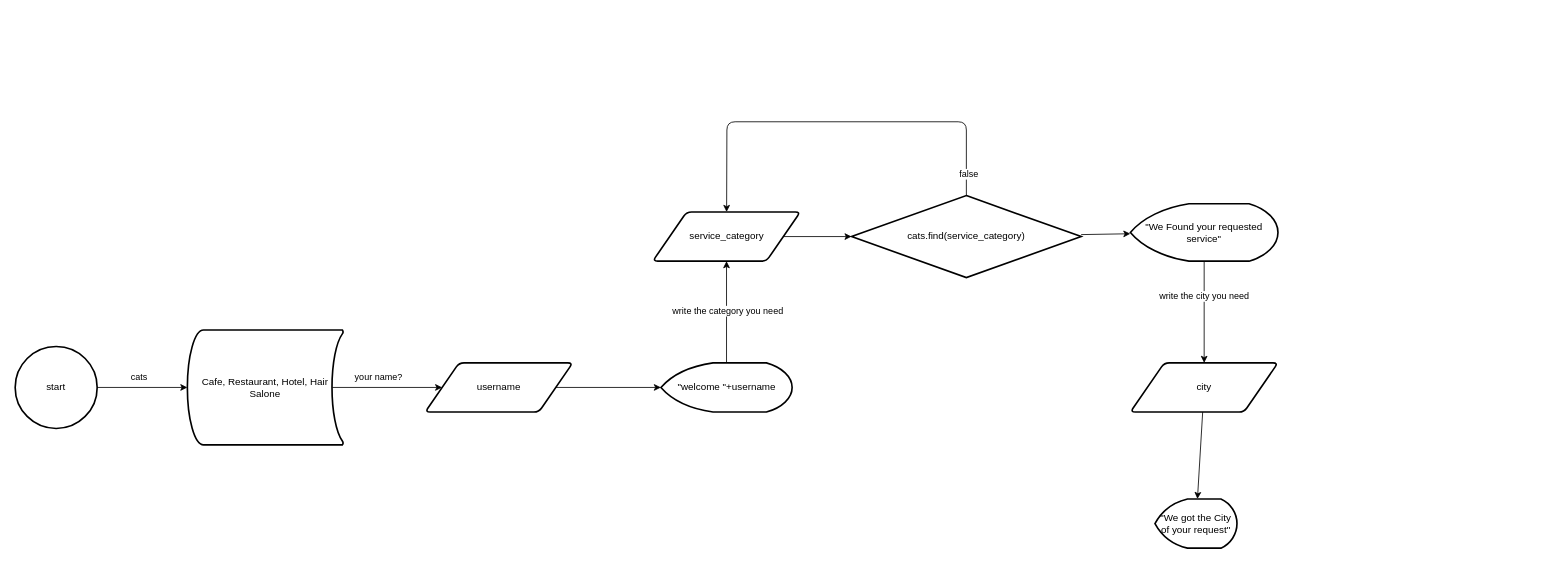
The draw.io diagram demo_flowchart.drawio in Axoncodes/integrate-drawio-flowchart-and-python, before the edit. Source tidied: cells renumbered, new cells numbered last; positions are measured from the earlier drawing's top-left corner, leaving out a move shared by most shapes. Both pictures are drawn from the tidied source at 82%, with x=0, y=0 at pixel (15, 121).
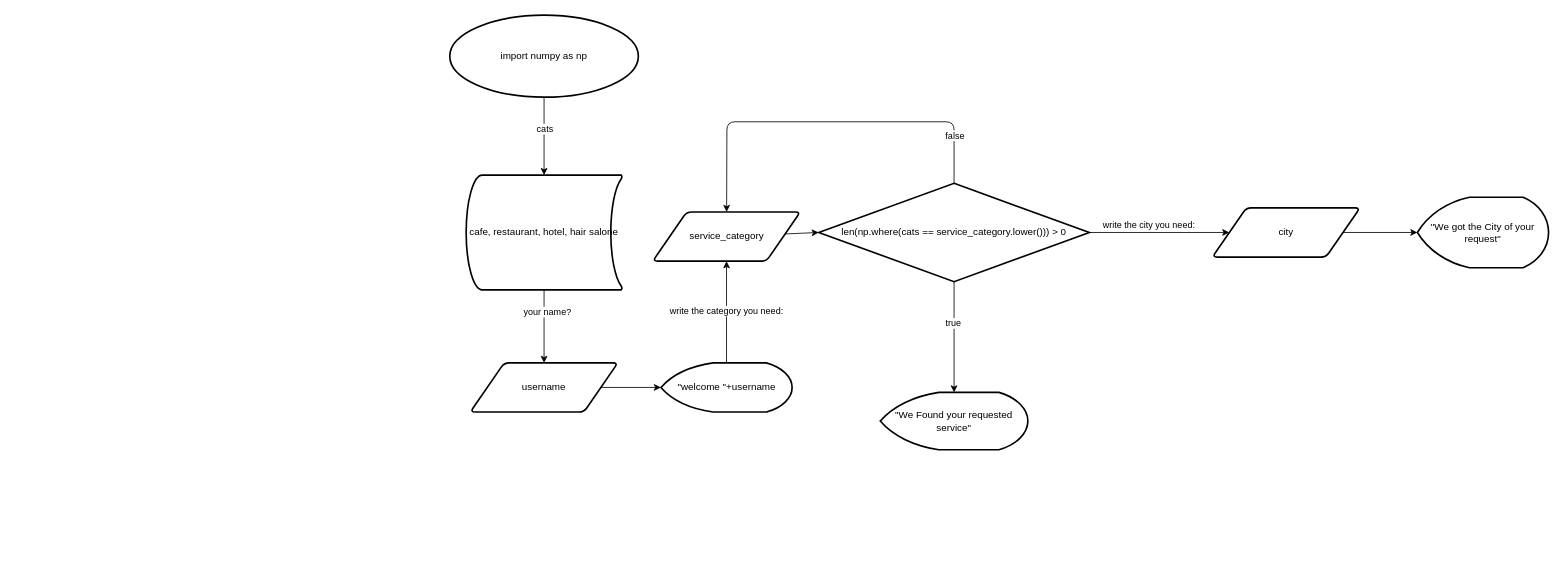
The same page after the edit.

The change refers to these unchanged cells:
```xml
<mxCell id="3" value="service_category" style="shape=parallelogram;html=1;strokeWidth=2;perimeter=parallelogramPerimeter;whiteSpace=wrap;rounded=1;arcSize=12;size=0.23;" parent="1" vertex="1">
  <mxGeometry x="777.5" y="110" width="180" height="60" as="geometry" />
</mxCell>
<mxCell id="4" style="edgeStyle=none;html=1;" parent="1" edge="1" source="17" target="3">
  <mxGeometry relative="1" as="geometry" />
</mxCell>
<mxCell id="12" style="edgeStyle=none;html=1;" parent="1" edge="1" source="14" target="18">
  <mxGeometry relative="1" as="geometry" />
</mxCell>
```

Change to the diagram source:
```diff
@@
-    <mxCell id="2" style="edgeStyle=none;html=1;" parent="1" edge="1" source="3" target="22">
+    <mxCell id="2" style="edgeStyle=none;html=1;entryX=0;entryY=0.5;entryDx=0;entryDy=0;entryPerimeter=0;" parent="1" edge="1" source="3" target="22">
       <mxGeometry relative="1" as="geometry" />
     </mxCell>
@@
-    <mxCell id="5" value="write the category you need" style="edgeLabel;html=1;align=center;verticalAlign=middle;" parent="4" vertex="1">
+    <mxCell id="5" value="write the category you need:&amp;nbsp;" style="edgeLabel;html=1;align=center;verticalAlign=middle;" parent="4" vertex="1">
       <mxGeometry x="-0.15" y="-1" relative="1" as="geometry">
         <mxPoint y="-11" as="offset" />
       </mxGeometry>
     </mxCell>
@@
     <mxCell id="7" value="city" style="shape=parallelogram;html=1;strokeWidth=2;perimeter=parallelogramPerimeter;whiteSpace=wrap;rounded=1;arcSize=12;size=0.23;" parent="1" vertex="1">
-      <mxGeometry x="1360" y="294" width="180" height="60" as="geometry" />
+      <mxGeometry x="1460" y="105" width="180" height="60" as="geometry" />
     </mxCell>
-    <mxCell id="8" style="edgeStyle=none;html=1;" parent="1" edge="1" source="23" target="7">
+    <mxCell id="8" style="edgeStyle=none;html=1;exitX=1;exitY=0.5;exitDx=0;exitDy=0;exitPerimeter=0;" parent="1" edge="1" source="22" target="7">
       <mxGeometry relative="1" as="geometry" />
     </mxCell>
-    <mxCell id="9" value="write the city you need" style="edgeLabel;html=1;align=center;verticalAlign=middle;" parent="8" vertex="1">
+    <mxCell id="9" value="write the city you need:&amp;nbsp;" style="edgeLabel;html=1;align=center;verticalAlign=middle;" parent="8" vertex="1">
       <mxGeometry x="-0.15" y="-1" relative="1" as="geometry">
         <mxPoint y="-11" as="offset" />
       </mxGeometry>
     </mxCell>
-    <mxCell id="10" style="edgeStyle=none;html=1;exitX=0.93;exitY=0.5;exitDx=0;exitDy=0;exitPerimeter=0;" parent="1" edge="1" source="18" target="16">
+    <mxCell id="10" style="edgeStyle=none;html=1;" parent="1" edge="1" source="18" target="16">
       <mxGeometry relative="1" as="geometry" />
     </mxCell>
@@
     <mxCell id="13" value="cats" style="edgeLabel;html=1;align=center;verticalAlign=middle;" parent="12" vertex="1">
       <mxGeometry x="-0.25" y="1" relative="1" as="geometry">
-        <mxPoint x="9" y="-13" as="offset" />
+        <mxPoint x="-1" y="2" as="offset" />
       </mxGeometry>
     </mxCell>
-    <mxCell id="14" value="start" style="strokeWidth=2;html=1;shape=mxgraph.flowchart.start_2;whiteSpace=wrap;" parent="1" vertex="1">
-      <mxGeometry y="274" width="100" height="100" as="geometry" />
+    <mxCell id="14" value="import numpy as np" style="strokeWidth=2;html=1;shape=mxgraph.flowchart.start_2;whiteSpace=wrap;" parent="1" vertex="1">
+      <mxGeometry x="530" y="-130" width="230" height="100" as="geometry" />
     </mxCell>
@@
     <mxCell id="16" value="username" style="shape=parallelogram;html=1;strokeWidth=2;perimeter=parallelogramPerimeter;whiteSpace=wrap;rounded=1;arcSize=12;size=0.23;" parent="1" vertex="1">
-      <mxGeometry x="500" y="294" width="180" height="60" as="geometry" />
+      <mxGeometry x="555" y="294" width="180" height="60" as="geometry" />
     </mxCell>
@@
-    <mxCell id="18" value="Cafe, Restaurant, Hotel, Hair Salone" style="strokeWidth=2;html=1;shape=mxgraph.flowchart.stored_data;whiteSpace=wrap;" parent="1" vertex="1">
-      <mxGeometry x="210" y="254" width="190" height="140" as="geometry" />
+    <mxCell id="18" value="cafe, restaurant, hotel, hair salone" style="strokeWidth=2;html=1;shape=mxgraph.flowchart.stored_data;whiteSpace=wrap;" parent="1" vertex="1">
+      <mxGeometry x="550" y="65" width="190" height="140" as="geometry" />
     </mxCell>
     <mxCell id="19" style="edgeStyle=none;html=1;exitX=0.5;exitY=0;exitDx=0;exitDy=0;exitPerimeter=0;" parent="1" edge="1" source="22" target="3">
       <mxGeometry relative="1" as="geometry">
         <Array as="points">
-          <mxPoint x="1160" />
+          <mxPoint x="1145" />
           <mxPoint x="868" />
         </Array>
       </mxGeometry>
     </mxCell>
     <mxCell id="20" value="false" style="edgeLabel;html=1;align=center;verticalAlign=middle;" parent="19" vertex="1">
-      <mxGeometry x="-0.89" y="-2" relative="1" as="geometry" />
+      <mxGeometry x="-0.89" y="-2" relative="1" as="geometry">
+        <mxPoint x="-2" y="-34" as="offset" />
+      </mxGeometry>
     </mxCell>
-    <mxCell id="21" style="edgeStyle=none;html=1;" parent="1" edge="1" source="22" target="23">
+    <mxCell id="21" style="edgeStyle=none;html=1;exitX=0.5;exitY=1;exitDx=0;exitDy=0;exitPerimeter=0;" parent="1" edge="1" source="22" target="23">
       <mxGeometry relative="1" as="geometry" />
     </mxCell>
+    <mxCell id="25" value="true" style="edgeLabel;html=1;align=center;verticalAlign=middle;" parent="21" vertex="1">
+      <mxGeometry x="-0.26" y="-2" relative="1" as="geometry" />
+    </mxCell>
-    <mxCell id="22" value="cats.find(service_category)" style="strokeWidth=2;html=1;shape=mxgraph.flowchart.decision;whiteSpace=wrap;" parent="1" vertex="1">
-      <mxGeometry x="1020" y="90" width="280" height="100" as="geometry" />
+    <mxCell id="22" value="len(np.where(cats == service_category.lower())) &amp;gt; 0" style="strokeWidth=2;html=1;shape=mxgraph.flowchart.decision;whiteSpace=wrap;rotation=0;" parent="1" vertex="1">
+      <mxGeometry x="980" y="75" width="330" height="120" as="geometry" />
     </mxCell>
     <mxCell id="23" value="&quot;We Found your requested service&quot;" style="strokeWidth=2;html=1;shape=mxgraph.flowchart.display;whiteSpace=wrap;" parent="1" vertex="1">
-      <mxGeometry x="1360" y="100" width="180" height="70" as="geometry" />
+      <mxGeometry x="1055" y="330" width="180" height="70" as="geometry" />
     </mxCell>
     <mxCell id="24" value="&quot;We got the City of your request&quot;" style="strokeWidth=2;html=1;shape=mxgraph.flowchart.display;whiteSpace=wrap;" parent="1" vertex="1">
-      <mxGeometry x="1390" y="460" width="100" height="60" as="geometry" />
+      <mxGeometry x="1710" y="92" width="160" height="86" as="geometry" />
     </mxCell>
```
